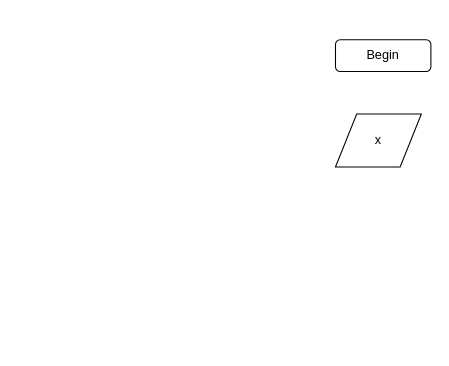
meetweb/web.github.io keeps this draw.io diagram as Untitled Diagram.drawio. Above is the earlier version. Source tidied: cells renumbered, new cells numbered last; positions are measured from the earlier drawing's top-left corner, leaving out a move shared by most shapes. Both pictures are drawn from the tidied source at 106%, with x=0, y=0 at pixel (335, 39).
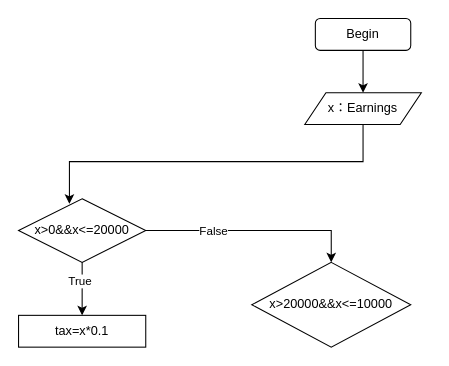
After the change.

What changed in the source:
```diff
@@
 <mxGraphModel>
   <root>
     <mxCell id="0" />
     <mxCell id="1" parent="0" />
     <mxCell id="2" value="Begin" style="rounded=1;whiteSpace=wrap;html=1;" parent="1" vertex="1">
-      <mxGeometry width="90" height="30" as="geometry" />
+      <mxGeometry x="-19" y="-20" width="90" height="30" as="geometry" />
     </mxCell>
-    <mxCell id="3" value="x" style="shape=parallelogram;perimeter=parallelogramPerimeter;whiteSpace=wrap;html=1;fixedSize=1;" parent="1" vertex="1">
-      <mxGeometry y="70" width="81" height="50" as="geometry" />
+    <mxCell id="3" value="x：Earnings" style="shape=parallelogram;perimeter=parallelogramPerimeter;whiteSpace=wrap;html=1;fixedSize=1;" parent="1" vertex="1">
+      <mxGeometry x="-29" y="50" width="110" height="30" as="geometry" />
     </mxCell>
+    <mxCell id="4" value="x&amp;gt;0&amp;amp;&amp;amp;x&amp;lt;=20000" style="rhombus;whiteSpace=wrap;html=1;" parent="1" vertex="1">
+      <mxGeometry x="-299" y="150" width="120" height="60" as="geometry" />
+    </mxCell>
+    <mxCell id="5" style="endArrow=classic;html=1;rounded=0;edgeStyle=orthogonalEdgeStyle;exitX=0.5;exitY=1;exitDx=0;exitDy=0;entryX=0.4;entryY=0.08;entryDx=0;entryDy=0;entryPerimeter=0;" parent="1" edge="1" source="3" target="4">
+      <mxGeometry relative="1" as="geometry" />
+    </mxCell>
+    <mxCell id="6" value="tax=x*0.1" style="rounded=0;whiteSpace=wrap;html=1;" parent="1" vertex="1">
+      <mxGeometry x="-299" y="260" width="120" height="30" as="geometry" />
+    </mxCell>
+    <mxCell id="7" style="endArrow=classic;html=1;rounded=0;edgeStyle=orthogonalEdgeStyle;exitX=0.5;exitY=1;exitDx=0;exitDy=0;entryX=0.5;entryY=0;entryDx=0;entryDy=0;" parent="1" edge="1" source="2" target="3">
+      <mxGeometry relative="1" as="geometry" />
+    </mxCell>
+    <mxCell id="8" style="endArrow=classic;html=1;rounded=0;edgeStyle=orthogonalEdgeStyle;exitX=0.5;exitY=1;exitDx=0;exitDy=0;entryX=0.5;entryY=0;entryDx=0;entryDy=0;" parent="1" edge="1" source="4" target="6">
+      <mxGeometry relative="1" as="geometry" />
+    </mxCell>
+    <mxCell id="9" value="True" style="edgeLabel;html=1;align=center;verticalAlign=middle;" parent="8" vertex="1">
+      <mxGeometry x="-0.31" y="-3" relative="1" as="geometry" />
+    </mxCell>
+    <mxCell id="10" value="x&amp;gt;20000&amp;amp;&amp;amp;x&amp;lt;=10000" style="rhombus;whiteSpace=wrap;html=1;" parent="1" vertex="1">
+      <mxGeometry x="-79" y="210" width="150" height="80" as="geometry" />
+    </mxCell>
+    <mxCell id="11" style="endArrow=classic;html=1;rounded=0;edgeStyle=orthogonalEdgeStyle;entryX=0.5;entryY=0;entryDx=0;entryDy=0;exitX=1;exitY=0.5;exitDx=0;exitDy=0;" parent="1" edge="1" source="4" target="10">
+      <mxGeometry relative="1" as="geometry" />
+    </mxCell>
+    <mxCell id="12" value="False" style="edgeLabel;html=1;align=center;verticalAlign=middle;" parent="11" vertex="1">
+      <mxGeometry x="-0.39" relative="1" as="geometry" />
+    </mxCell>
   </root>
 </mxGraphModel>
```
